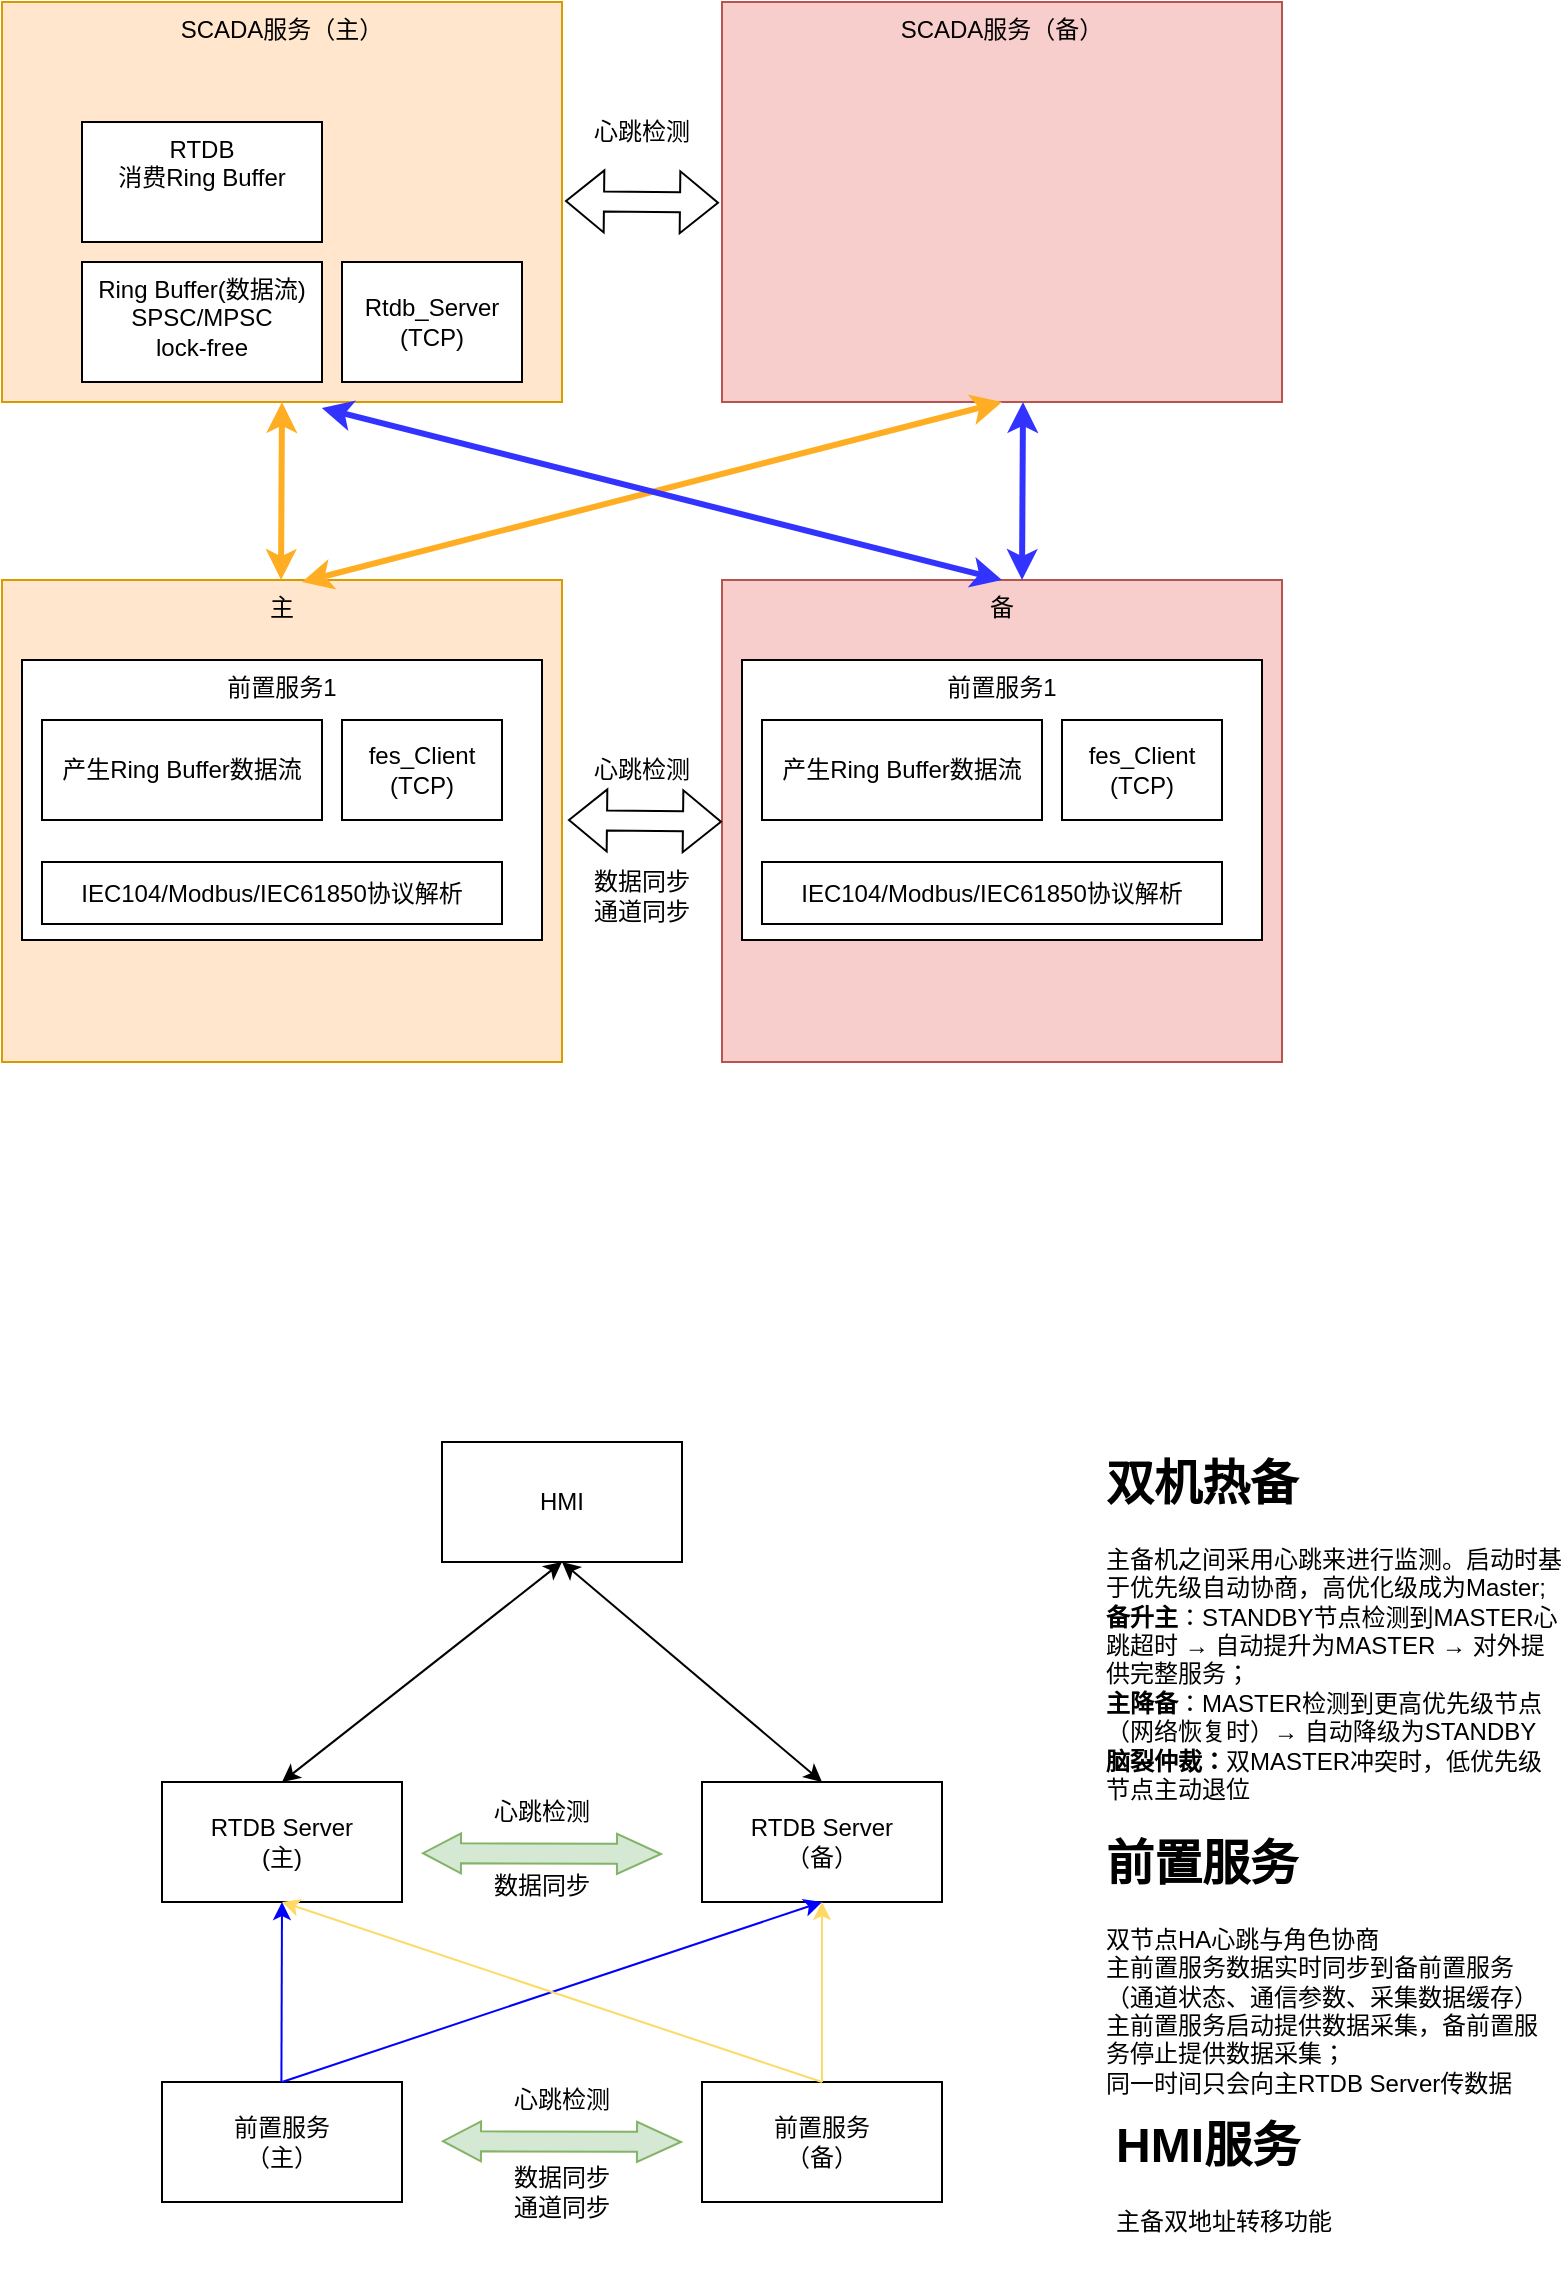
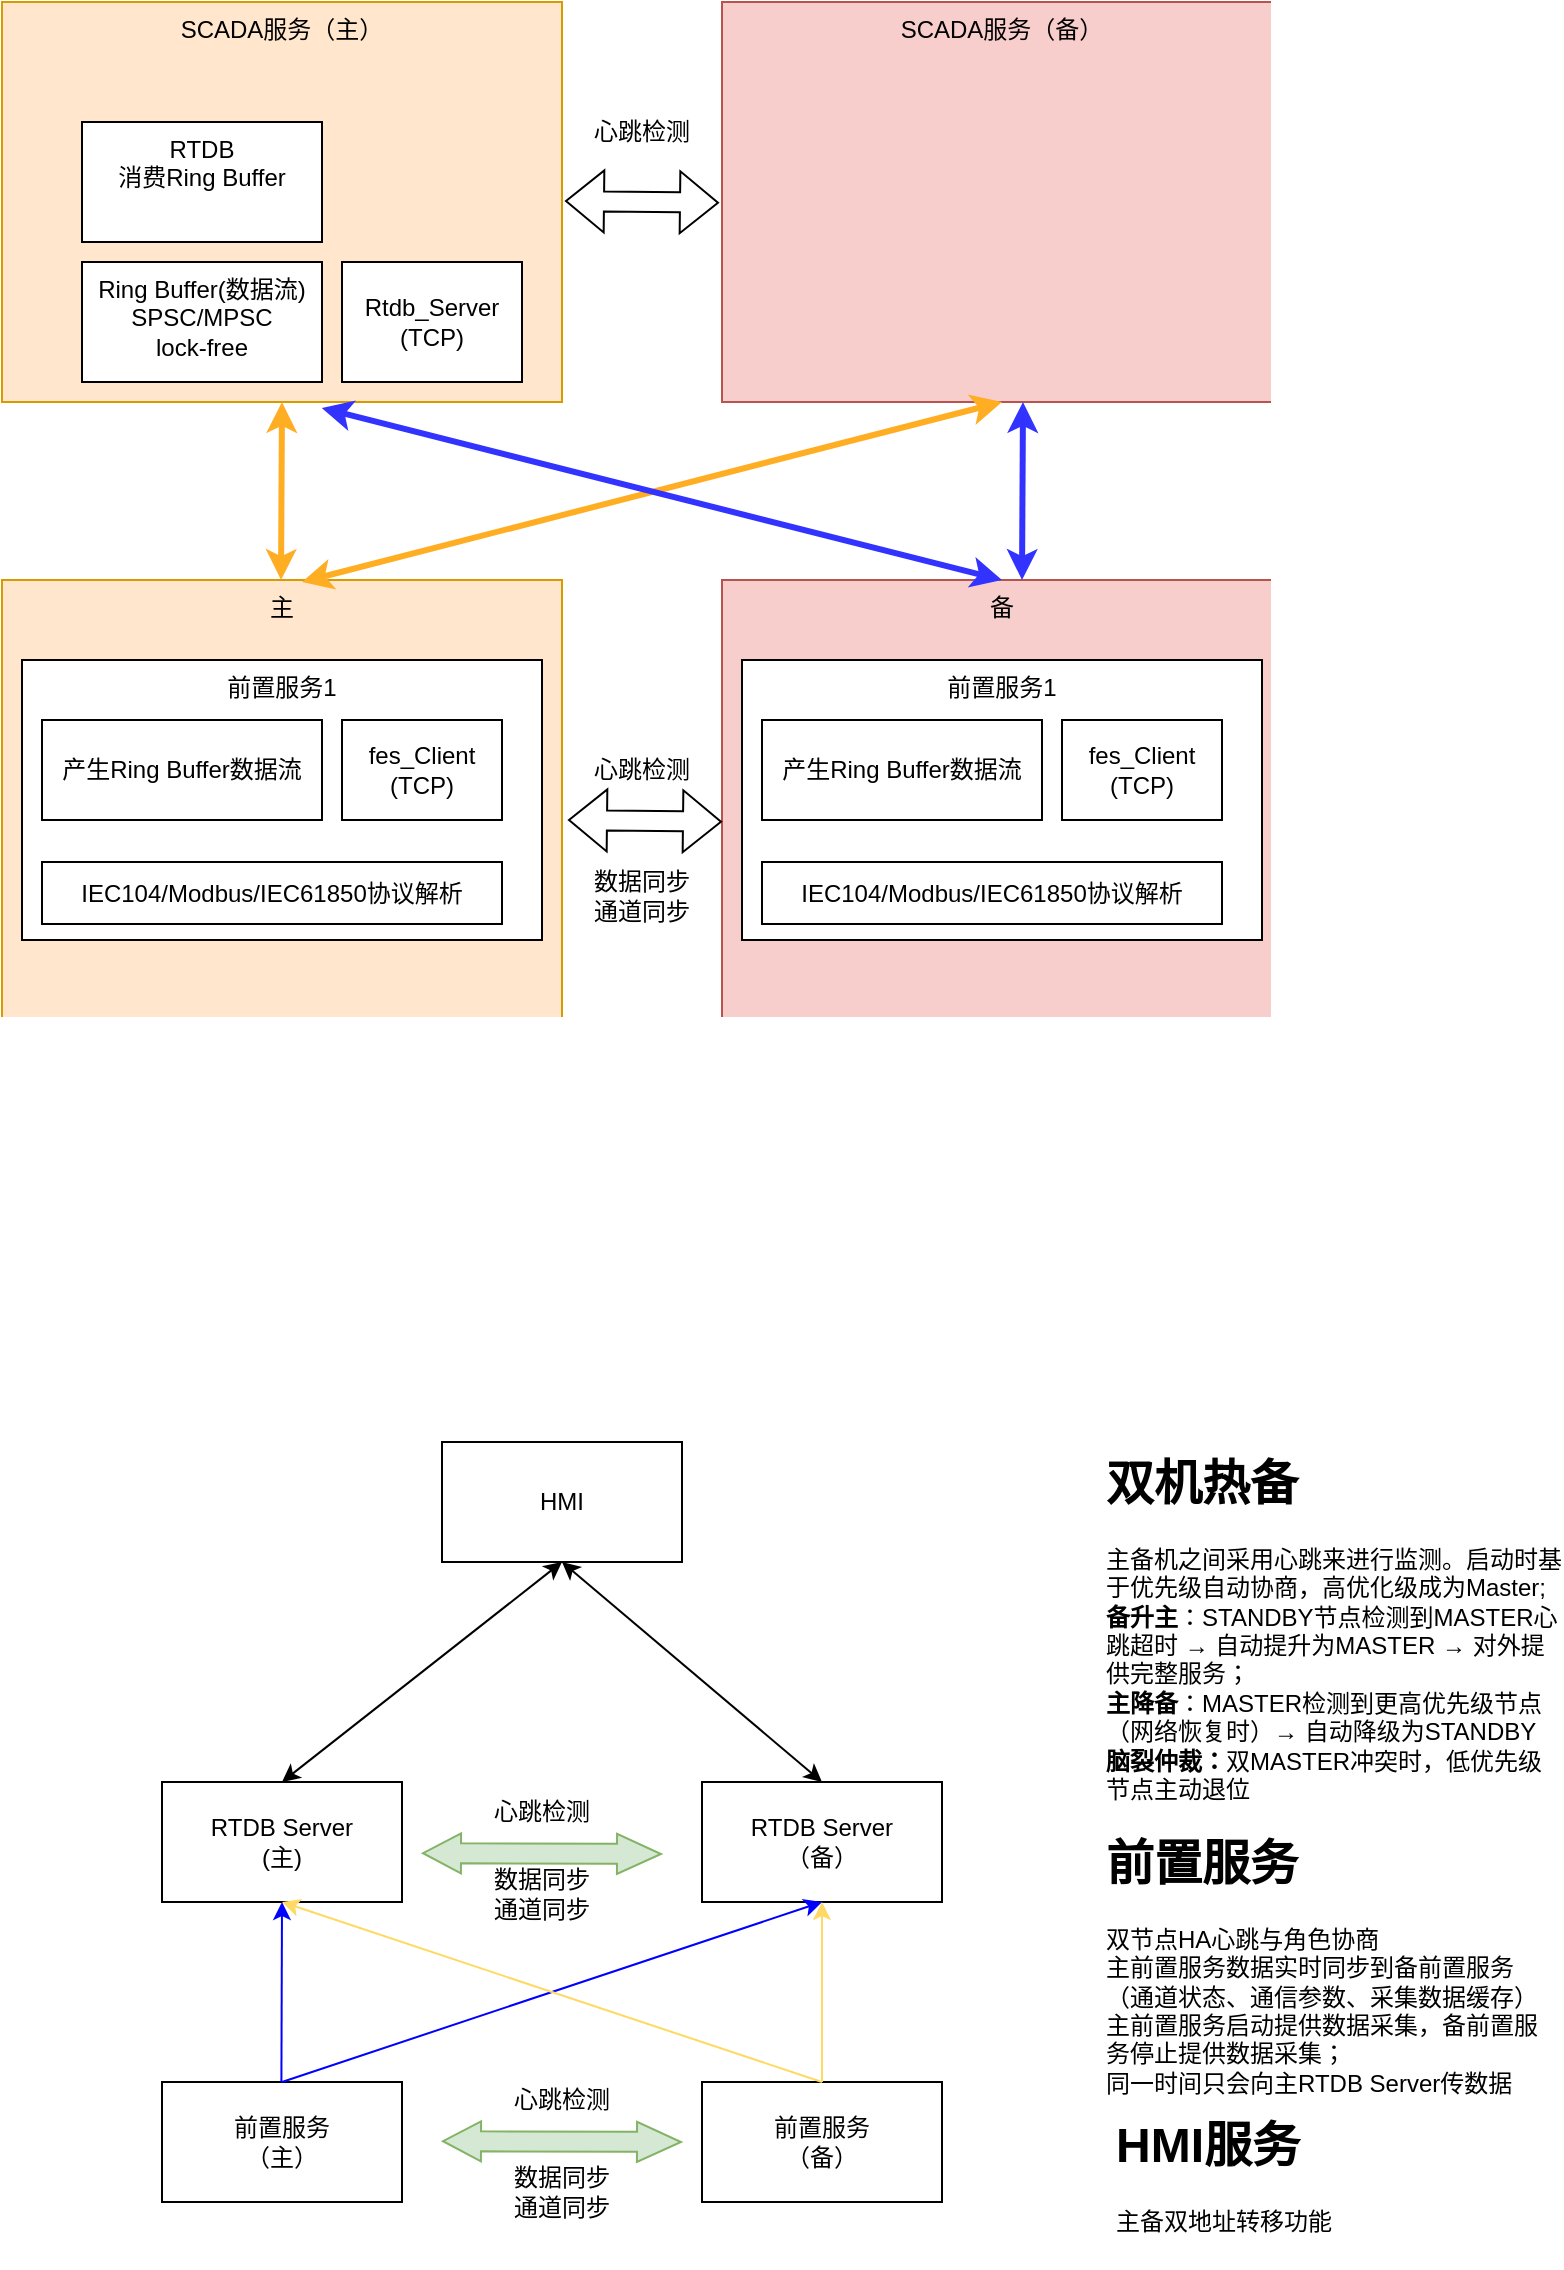
<mxfile host="app.diagrams.net">
  <diagram name="第 1 页" id="B8DYWfWQNEIOsyKvfK1-">
    <mxGraphModel dx="824" dy="457" grid="1" gridSize="10" guides="1" tooltips="1" connect="1" arrows="1" fold="1" page="1" pageScale="1" pageWidth="827" pageHeight="1169" math="0" shadow="0">
      <root>
        <mxCell id="0" />
        <mxCell id="1" parent="0" />
        <mxCell id="kAXPQYTb_9ZiN3N-kw4B-1" parent="1" style="rounded=0;whiteSpace=wrap;html=1;verticalAlign=top;fillColor=#ffe6cc;strokeColor=#d79b00;" value="SCADA服务（主）" vertex="1">
          <mxGeometry height="200" width="280" x="50" y="200" as="geometry" />
        </mxCell>
        <mxCell id="kAXPQYTb_9ZiN3N-kw4B-2" parent="1" style="rounded=0;whiteSpace=wrap;html=1;verticalAlign=top;fillColor=#ffe6cc;strokeColor=#d79b00;" value="主" vertex="1">
          <mxGeometry height="241" width="280" x="50" y="489" as="geometry" />
        </mxCell>
        <mxCell id="kAXPQYTb_9ZiN3N-kw4B-4" parent="1" style="rounded=0;whiteSpace=wrap;html=1;verticalAlign=top;fillColor=#f8cecc;strokeColor=#b85450;" value="SCADA服务（备）" vertex="1">
          <mxGeometry height="200" width="280" x="410" y="200" as="geometry" />
        </mxCell>
        <mxCell id="kAXPQYTb_9ZiN3N-kw4B-5" parent="1" style="rounded=0;whiteSpace=wrap;html=1;verticalAlign=top;align=center;" value="前置服务1" vertex="1">
          <mxGeometry height="140" width="260" x="60" y="529" as="geometry" />
        </mxCell>
        <mxCell id="kAXPQYTb_9ZiN3N-kw4B-9" parent="1" style="rounded=0;whiteSpace=wrap;html=1;verticalAlign=top;" value="Ring Buffer(数据流)&lt;div&gt;SPSC/MPSC&lt;/div&gt;&lt;div&gt;lock-free&lt;/div&gt;" vertex="1">
          <mxGeometry height="60" width="120" x="90" y="330" as="geometry" />
        </mxCell>
        <mxCell id="kAXPQYTb_9ZiN3N-kw4B-10" parent="1" style="rounded=0;whiteSpace=wrap;html=1;verticalAlign=top;" value="RTDB&lt;div&gt;消费Ring Buffer&lt;/div&gt;" vertex="1">
          <mxGeometry height="60" width="120" x="90" y="260" as="geometry" />
        </mxCell>
        <mxCell id="kAXPQYTb_9ZiN3N-kw4B-11" parent="1" style="rounded=0;whiteSpace=wrap;html=1;" value="产生Ring Buffer数据流" vertex="1">
          <mxGeometry height="50" width="140" x="70" y="559" as="geometry" />
        </mxCell>
        <mxCell id="kAXPQYTb_9ZiN3N-kw4B-12" edge="1" parent="1" style="endArrow=classic;startArrow=classic;html=1;rounded=0;entryX=0.5;entryY=1;entryDx=0;entryDy=0;strokeColor=#FFAE23;strokeWidth=3;" target="kAXPQYTb_9ZiN3N-kw4B-1" value="">
          <mxGeometry height="50" relative="1" width="50" as="geometry">
            <mxPoint x="189.5" y="489" as="sourcePoint" />
            <mxPoint x="189.5" y="423" as="targetPoint" />
          </mxGeometry>
        </mxCell>
        <mxCell id="kAXPQYTb_9ZiN3N-kw4B-13" parent="1" style="rounded=0;whiteSpace=wrap;html=1;" value="fes_Client&lt;div&gt;(TCP)&lt;/div&gt;" vertex="1">
          <mxGeometry height="50" width="80" x="220" y="559" as="geometry" />
        </mxCell>
        <mxCell id="kAXPQYTb_9ZiN3N-kw4B-15" parent="1" style="rounded=0;whiteSpace=wrap;html=1;" value="Rtdb_Server&lt;div&gt;(TCP)&lt;/div&gt;" vertex="1">
          <mxGeometry height="60" width="90" x="220" y="330" as="geometry" />
        </mxCell>
        <mxCell id="kAXPQYTb_9ZiN3N-kw4B-16" edge="1" parent="1" style="endArrow=classic;startArrow=classic;html=1;rounded=0;entryX=0.5;entryY=1;entryDx=0;entryDy=0;strokeColor=#FFAE23;strokeWidth=3;" target="kAXPQYTb_9ZiN3N-kw4B-4" value="">
          <mxGeometry height="50" relative="1" width="50" as="geometry">
            <mxPoint x="200" y="490" as="sourcePoint" />
            <mxPoint x="219" y="423" as="targetPoint" />
          </mxGeometry>
        </mxCell>
        <mxCell id="kAXPQYTb_9ZiN3N-kw4B-17" parent="1" style="rounded=0;whiteSpace=wrap;html=1;verticalAlign=top;fillColor=#f8cecc;strokeColor=#b85450;" value="备" vertex="1">
          <mxGeometry height="241" width="280" x="410" y="489" as="geometry" />
        </mxCell>
        <mxCell id="kAXPQYTb_9ZiN3N-kw4B-18" parent="1" style="rounded=0;whiteSpace=wrap;html=1;verticalAlign=top;align=center;" value="前置服务1" vertex="1">
          <mxGeometry height="140" width="260" x="420" y="529" as="geometry" />
        </mxCell>
        <mxCell id="kAXPQYTb_9ZiN3N-kw4B-20" parent="1" style="rounded=0;whiteSpace=wrap;html=1;" value="产生Ring Buffer数据流" vertex="1">
          <mxGeometry height="50" width="140" x="430" y="559" as="geometry" />
        </mxCell>
        <mxCell id="kAXPQYTb_9ZiN3N-kw4B-21" parent="1" style="rounded=0;whiteSpace=wrap;html=1;" value="fes_Client&lt;div&gt;(TCP)&lt;/div&gt;" vertex="1">
          <mxGeometry height="50" width="80" x="580" y="559" as="geometry" />
        </mxCell>
        <mxCell id="kAXPQYTb_9ZiN3N-kw4B-22" edge="1" parent="1" style="endArrow=classic;startArrow=classic;html=1;rounded=0;entryX=0.5;entryY=1;entryDx=0;entryDy=0;strokeColor=#3333FF;strokeWidth=3;" value="">
          <mxGeometry height="50" relative="1" width="50" as="geometry">
            <mxPoint x="560" y="489" as="sourcePoint" />
            <mxPoint x="560.5" y="400" as="targetPoint" />
          </mxGeometry>
        </mxCell>
        <mxCell id="kAXPQYTb_9ZiN3N-kw4B-23" edge="1" parent="1" source="kAXPQYTb_9ZiN3N-kw4B-17" style="endArrow=classic;startArrow=classic;html=1;rounded=0;entryX=0.571;entryY=1.015;entryDx=0;entryDy=0;entryPerimeter=0;strokeWidth=3;strokeColor=#3333FF;exitX=0.5;exitY=0;exitDx=0;exitDy=0;" target="kAXPQYTb_9ZiN3N-kw4B-1" value="">
          <mxGeometry height="50" relative="1" width="50" as="geometry">
            <mxPoint x="550" y="480" as="sourcePoint" />
            <mxPoint x="590" y="439" as="targetPoint" />
          </mxGeometry>
        </mxCell>
        <mxCell id="kAXPQYTb_9ZiN3N-kw4B-25" edge="1" parent="1" style="shape=flexArrow;endArrow=classic;startArrow=classic;html=1;rounded=0;entryX=0.025;entryY=0.556;entryDx=0;entryDy=0;entryPerimeter=0;" value="">
          <mxGeometry height="100" relative="1" width="100" as="geometry">
            <mxPoint x="333" y="609" as="sourcePoint" />
            <mxPoint x="410" y="609.836" as="targetPoint" />
          </mxGeometry>
        </mxCell>
        <mxCell id="kAXPQYTb_9ZiN3N-kw4B-26" parent="1" style="text;html=1;whiteSpace=wrap;strokeColor=none;fillColor=none;align=center;verticalAlign=middle;rounded=0;" value="心跳检测" vertex="1">
          <mxGeometry height="30" width="60" x="340" y="569" as="geometry" />
        </mxCell>
        <mxCell id="kAXPQYTb_9ZiN3N-kw4B-31" parent="1" style="rounded=0;whiteSpace=wrap;html=1;" value="IEC104/Modbus/IEC61850协议解析" vertex="1">
          <mxGeometry height="31" width="230" x="70" y="630" as="geometry" />
        </mxCell>
        <mxCell id="kAXPQYTb_9ZiN3N-kw4B-32" parent="1" style="rounded=0;whiteSpace=wrap;html=1;" value="IEC104/Modbus/IEC61850协议解析" vertex="1">
          <mxGeometry height="31" width="230" x="430" y="630" as="geometry" />
        </mxCell>
        <mxCell id="kAXPQYTb_9ZiN3N-kw4B-33" edge="1" parent="1" style="shape=flexArrow;endArrow=classic;startArrow=classic;html=1;rounded=0;entryX=0.025;entryY=0.556;entryDx=0;entryDy=0;entryPerimeter=0;" value="">
          <mxGeometry height="100" relative="1" width="100" as="geometry">
            <mxPoint x="331.5" y="299.5" as="sourcePoint" />
            <mxPoint x="408.5" y="300.336" as="targetPoint" />
          </mxGeometry>
        </mxCell>
        <mxCell id="kAXPQYTb_9ZiN3N-kw4B-39" parent="1" style="text;html=1;whiteSpace=wrap;strokeColor=none;fillColor=none;align=center;verticalAlign=middle;rounded=0;" value="数据同步&lt;div&gt;通道同步&lt;/div&gt;" vertex="1">
          <mxGeometry height="30" width="60" x="340" y="632" as="geometry" />
        </mxCell>
        <mxCell id="3wZPl1CzNyx5cLSE645p-1" parent="1" style="text;html=1;whiteSpace=wrap;strokeColor=none;fillColor=none;align=center;verticalAlign=middle;rounded=0;" value="心跳检测" vertex="1">
          <mxGeometry height="30" width="60" x="340" y="250" as="geometry" />
        </mxCell>
        <mxCell id="3wZPl1CzNyx5cLSE645p-2" parent="1" style="rounded=0;whiteSpace=wrap;html=1;" value="HMI" vertex="1">
          <mxGeometry height="60" width="120" x="270" y="920" as="geometry" />
        </mxCell>
        <mxCell id="3wZPl1CzNyx5cLSE645p-3" parent="1" style="rounded=0;whiteSpace=wrap;html=1;" value="&lt;div&gt;RTDB Server&lt;/div&gt;(主)" vertex="1">
          <mxGeometry height="60" width="120" x="130" y="1090" as="geometry" />
        </mxCell>
        <mxCell id="3wZPl1CzNyx5cLSE645p-4" parent="1" style="rounded=0;whiteSpace=wrap;html=1;" value="&lt;div&gt;RTDB Server&lt;/div&gt;&lt;div&gt;（备）&lt;/div&gt;" vertex="1">
          <mxGeometry height="60" width="120" x="400" y="1090" as="geometry" />
        </mxCell>
        <mxCell id="3wZPl1CzNyx5cLSE645p-5" parent="1" style="rounded=0;whiteSpace=wrap;html=1;" value="&lt;div&gt;前置服务&lt;/div&gt;（主）" vertex="1">
          <mxGeometry height="60" width="120" x="130" y="1240" as="geometry" />
        </mxCell>
        <mxCell id="3wZPl1CzNyx5cLSE645p-6" parent="1" style="rounded=0;whiteSpace=wrap;html=1;" value="&lt;div&gt;前置服务&lt;/div&gt;&lt;div&gt;（备）&lt;/div&gt;" vertex="1">
          <mxGeometry height="60" width="120" x="400" y="1240" as="geometry" />
        </mxCell>
        <mxCell id="3wZPl1CzNyx5cLSE645p-7" edge="1" parent="1" style="shape=flexArrow;endArrow=classic;startArrow=classic;html=1;rounded=0;startWidth=9;startSize=6;endWidth=9;endSize=7;fillColor=#d5e8d4;strokeColor=#82b366;" value="">
          <mxGeometry height="100" relative="1" width="100" as="geometry">
            <mxPoint x="270" y="1269.57" as="sourcePoint" />
            <mxPoint x="390" y="1270" as="targetPoint" />
          </mxGeometry>
        </mxCell>
        <mxCell id="3wZPl1CzNyx5cLSE645p-8" parent="1" style="text;html=1;whiteSpace=wrap;strokeColor=none;fillColor=none;align=center;verticalAlign=middle;rounded=0;" value="心跳检测" vertex="1">
          <mxGeometry height="30" width="60" x="300" y="1234" as="geometry" />
        </mxCell>
        <mxCell id="3wZPl1CzNyx5cLSE645p-9" parent="1" style="text;html=1;whiteSpace=wrap;strokeColor=none;fillColor=none;align=center;verticalAlign=middle;rounded=0;" value="数据同步&lt;div&gt;通道同步&lt;/div&gt;" vertex="1">
          <mxGeometry height="30" width="60" x="300" y="1280" as="geometry" />
        </mxCell>
        <mxCell id="3wZPl1CzNyx5cLSE645p-10" edge="1" parent="1" style="endArrow=classic;html=1;rounded=0;entryX=0.5;entryY=1;entryDx=0;entryDy=0;strokeColor=#0000FF;" target="3wZPl1CzNyx5cLSE645p-3" value="">
          <mxGeometry height="50" relative="1" width="50" as="geometry">
            <mxPoint x="189.7" y="1240" as="sourcePoint" />
            <mxPoint x="189.7" y="1180" as="targetPoint" />
          </mxGeometry>
        </mxCell>
        <mxCell id="3wZPl1CzNyx5cLSE645p-11" edge="1" parent="1" style="endArrow=classic;html=1;rounded=0;entryX=0.5;entryY=1;entryDx=0;entryDy=0;strokeColor=#0000FF;" target="3wZPl1CzNyx5cLSE645p-4" value="">
          <mxGeometry height="50" relative="1" width="50" as="geometry">
            <mxPoint x="190" y="1240" as="sourcePoint" />
            <mxPoint x="240" y="1190" as="targetPoint" />
          </mxGeometry>
        </mxCell>
        <mxCell id="3wZPl1CzNyx5cLSE645p-12" edge="1" parent="1" style="endArrow=classic;html=1;rounded=0;strokeColor=#FFD966;" value="">
          <mxGeometry height="50" relative="1" width="50" as="geometry">
            <mxPoint x="460" y="1240" as="sourcePoint" />
            <mxPoint x="460" y="1150" as="targetPoint" />
          </mxGeometry>
        </mxCell>
        <mxCell id="3wZPl1CzNyx5cLSE645p-13" edge="1" parent="1" source="3wZPl1CzNyx5cLSE645p-6" style="endArrow=classic;html=1;rounded=0;exitX=0.5;exitY=0;exitDx=0;exitDy=0;entryX=0.5;entryY=1;entryDx=0;entryDy=0;strokeColor=#FFD966;" target="3wZPl1CzNyx5cLSE645p-3" value="">
          <mxGeometry height="50" relative="1" width="50" as="geometry">
            <mxPoint x="360" y="1220" as="sourcePoint" />
            <mxPoint x="360" y="1130" as="targetPoint" />
          </mxGeometry>
        </mxCell>
        <mxCell id="3wZPl1CzNyx5cLSE645p-14" edge="1" parent="1" style="endArrow=classic;startArrow=classic;html=1;rounded=0;entryX=0.5;entryY=1;entryDx=0;entryDy=0;" target="3wZPl1CzNyx5cLSE645p-2" value="">
          <mxGeometry height="50" relative="1" width="50" as="geometry">
            <mxPoint x="190" y="1090" as="sourcePoint" />
            <mxPoint x="240" y="1040" as="targetPoint" />
          </mxGeometry>
        </mxCell>
        <mxCell id="3wZPl1CzNyx5cLSE645p-15" edge="1" parent="1" style="endArrow=classic;startArrow=classic;html=1;rounded=0;entryX=0.5;entryY=1;entryDx=0;entryDy=0;" target="3wZPl1CzNyx5cLSE645p-2" value="">
          <mxGeometry height="50" relative="1" width="50" as="geometry">
            <mxPoint x="460" y="1090" as="sourcePoint" />
            <mxPoint x="600" y="980" as="targetPoint" />
          </mxGeometry>
        </mxCell>
        <mxCell id="3wZPl1CzNyx5cLSE645p-16" parent="1" style="text;html=1;whiteSpace=wrap;overflow=hidden;rounded=0;" value="&lt;h1 style=&quot;margin-top: 0px;&quot;&gt;前置服务&lt;/h1&gt;&lt;div&gt;双节点HA心跳与角色协商&lt;/div&gt;&lt;div&gt;主前置服务数据实时同步到备前置服务（通道状态、通信参数、采集数据缓存）&lt;/div&gt;&lt;div&gt;主前置服务启动提供数据采集，备前置服务停止提供数据采集；&lt;/div&gt;&lt;div&gt;同一时间只会向主RTDB Server传数据&lt;/div&gt;&lt;p&gt;&lt;br&gt;&lt;/p&gt;&lt;p&gt;&lt;br&gt;&lt;/p&gt;" vertex="1">
          <mxGeometry height="141" width="220" x="600" y="1110" as="geometry" />
        </mxCell>
        <mxCell id="3wZPl1CzNyx5cLSE645p-17" parent="1" style="text;html=1;whiteSpace=wrap;overflow=hidden;rounded=0;" value="&lt;h1 style=&quot;margin-top: 0px;&quot;&gt;双机热备&lt;/h1&gt;&lt;div&gt;主备机之间采用心跳来进行监测。启动时基于优先级自动协商，高优化级成为Master;&amp;nbsp;&lt;/div&gt;&lt;div&gt;&lt;b&gt;备升主&lt;/b&gt;：STANDBY节点检测到MASTER心跳超时 → 自动提升为MASTER → 对外提供完整服务；&lt;/div&gt;&lt;div&gt;&lt;strong&gt;主降备&lt;/strong&gt;：MASTER检测到更高优先级节点（网络恢复时）→ 自动降级为STANDBY&lt;/div&gt;&lt;div&gt;&lt;b&gt;脑裂仲裁：&lt;/b&gt;双MASTER冲突时，低优先级节点主动退位&lt;/div&gt;" vertex="1">
          <mxGeometry height="180" width="230" x="600" y="920" as="geometry" />
        </mxCell>
        <mxCell id="3wZPl1CzNyx5cLSE645p-18" edge="1" parent="1" style="shape=flexArrow;endArrow=classic;startArrow=classic;html=1;rounded=0;startWidth=9;startSize=6;endWidth=9;endSize=7;fillColor=#d5e8d4;strokeColor=#82b366;" value="">
          <mxGeometry height="100" relative="1" width="100" as="geometry">
            <mxPoint x="260" y="1125.57" as="sourcePoint" />
            <mxPoint x="380" y="1126" as="targetPoint" />
          </mxGeometry>
        </mxCell>
        <mxCell id="3wZPl1CzNyx5cLSE645p-19" parent="1" style="text;html=1;whiteSpace=wrap;strokeColor=none;fillColor=none;align=center;verticalAlign=middle;rounded=0;" value="心跳检测" vertex="1">
          <mxGeometry height="30" width="60" x="290" y="1090" as="geometry" />
        </mxCell>
        <mxCell id="3wZPl1CzNyx5cLSE645p-20" parent="1" style="text;html=1;whiteSpace=wrap;overflow=hidden;rounded=0;" value="&lt;h1 style=&quot;margin-top: 0px;&quot;&gt;HMI服务&lt;/h1&gt;主备双地址转移功能&lt;p&gt;&lt;br&gt;&lt;/p&gt;&lt;p&gt;&lt;br&gt;&lt;/p&gt;" vertex="1">
          <mxGeometry height="79" width="220" x="605" y="1251" as="geometry" />
        </mxCell>
-         <mxCell id="KGKrghQkVs_gpMz36t_8-1" parent="1" style="text;html=1;whiteSpace=wrap;strokeColor=none;fillColor=none;align=center;verticalAlign=middle;rounded=0;" value="数据同步" vertex="1">
-           <mxGeometry height="30" width="60" x="290" y="1127" as="geometry" />
+         <mxCell id="KGKrghQkVs_gpMz36t_8-1" parent="1" style="text;html=1;whiteSpace=wrap;strokeColor=none;fillColor=none;align=center;verticalAlign=middle;rounded=0;" value="&lt;div&gt;数据同步&lt;/div&gt;&lt;div&gt;通道同步&lt;/div&gt;" vertex="1">
+           <mxGeometry height="30" width="60" x="290" y="1131" as="geometry" />
        </mxCell>
      </root>
    </mxGraphModel>
  </diagram>
</mxfile>
